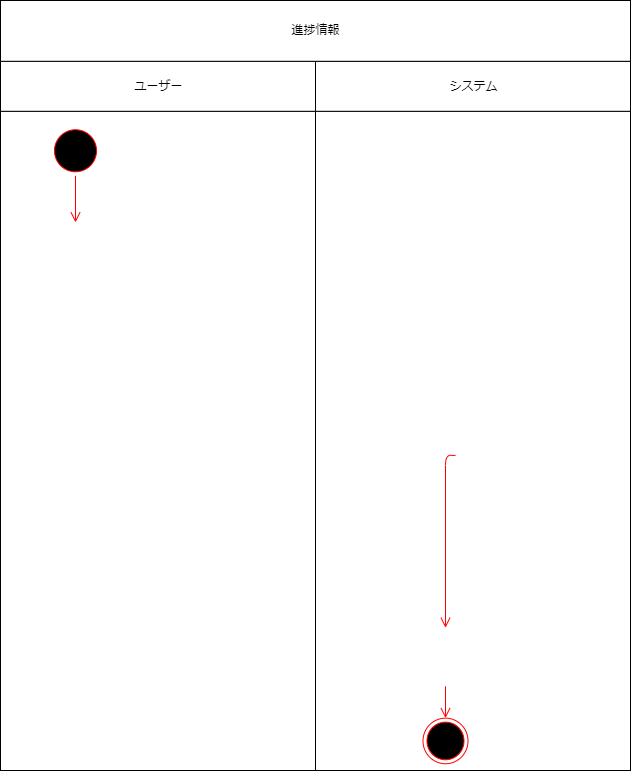
Before: 振る舞い図/アクティビティ図/アクティビティ図＿進捗情報.drawio.png, a diagram exported from draw.io (masaki1234567/psp4). Source tidied: cells renumbered, new cells last; positions are measured from the earlier drawing's top-left corner, leaving out a move shared by most shapes.
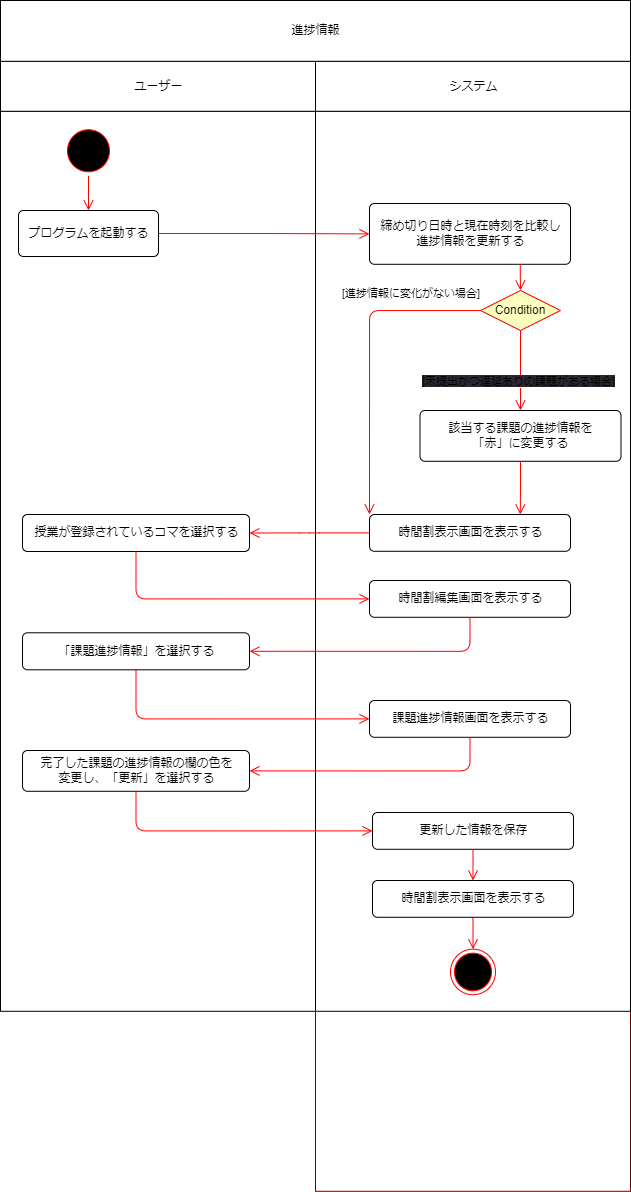
After the change.

Commit message:
進捗情報アクティビティ図完成

Change to the diagram source:
```diff
@@ -3,54 +3,121 @@
     <mxCell id="0" />
     <mxCell id="1" parent="0" />
     <mxCell id="2" style="group;" parent="1" vertex="1">
-      <mxGeometry width="630" height="770" as="geometry" />
+      <mxGeometry width="630" height="1190.8" as="geometry" />
     </mxCell>
     <mxCell id="3" style="group;" parent="2" vertex="1">
-      <mxGeometry y="60.8" width="630" height="709.2" as="geometry" />
+      <mxGeometry y="60.8" width="630" height="1130" as="geometry" />
     </mxCell>
     <mxCell id="4" style="group;" parent="3" vertex="1">
-      <mxGeometry width="315" height="709.2" as="geometry" />
+      <mxGeometry width="321" height="1130" as="geometry" />
     </mxCell>
     <mxCell id="5" style="html=1;dashed=0;whitespace=wrap;" parent="4" vertex="1">
-      <mxGeometry y="50" width="315" height="659.2" as="geometry" />
+      <mxGeometry y="50" width="315" height="900" as="geometry" />
     </mxCell>
     <mxCell id="6" value="ユーザー" style="html=1;dashed=0;whitespace=wrap;" parent="4" vertex="1">
       <mxGeometry width="315" height="50" as="geometry" />
     </mxCell>
     <mxCell id="7" style="group;" parent="4" vertex="1">
-      <mxGeometry x="50" y="75.2" width="50" height="128.9" as="geometry" />
+      <mxGeometry x="63" y="75.2" width="95" height="144" as="geometry" />
     </mxCell>
     <mxCell id="8" style="ellipse;html=1;shape=startState;fillColor=#000000;strokeColor=#ff0000;" parent="7" vertex="1">
       <mxGeometry y="-10.7" width="50" height="50" as="geometry" />
     </mxCell>
+    <mxCell id="17" value="プログラムを起動する" style="html=1;align=center;verticalAlign=middle;rounded=1;absoluteArcSize=1;arcSize=10;dashed=0;" parent="7" vertex="1">
+      <mxGeometry x="-45" y="74" width="140" height="46" as="geometry" />
+    </mxCell>
-    <mxCell id="9" style="edgeStyle=orthogonalEdgeStyle;html=1;verticalAlign=bottom;endArrow=open;endSize=8;strokeColor=#ff0000;entryX=0.25;entryY=0;entryDx=0;entryDy=0;" parent="4" edge="1" source="8">
-      <mxGeometry relative="1" as="geometry">
-        <mxPoint x="75" y="161.2" as="targetPoint" />
-      </mxGeometry>
+    <mxCell id="9" style="edgeStyle=orthogonalEdgeStyle;html=1;verticalAlign=bottom;endArrow=open;endSize=8;strokeColor=#ff0000;entryX=0.5;entryY=0;entryDx=0;entryDy=0;" parent="7" edge="1" source="8" target="17">
+      <mxGeometry relative="1" as="geometry" />
     </mxCell>
+    <mxCell id="18" value="授業が登録されているコマを選択する" style="html=1;align=center;verticalAlign=middle;rounded=1;absoluteArcSize=1;arcSize=10;dashed=0;" parent="4" vertex="1">
+      <mxGeometry x="22" y="453.2" width="227" height="37" as="geometry" />
+    </mxCell>
+    <mxCell id="19" value="「課題進捗情報」を選択する" style="html=1;align=center;verticalAlign=middle;rounded=1;absoluteArcSize=1;arcSize=10;dashed=0;" parent="4" vertex="1">
+      <mxGeometry x="22" y="571.5" width="227" height="37" as="geometry" />
+    </mxCell>
+    <mxCell id="20" value="完了した課題の進捗情報の欄の色を&lt;br&gt;変更し、「更新」を選択する" style="html=1;align=center;verticalAlign=middle;rounded=1;absoluteArcSize=1;arcSize=10;dashed=0;" parent="4" vertex="1">
+      <mxGeometry x="22" y="689.2" width="227" height="40.8" as="geometry" />
+    </mxCell>
     <mxCell id="10" style="group;fillColor=none;fontColor=#ffffff;strokeColor=#6F0000;" parent="3" vertex="1">
-      <mxGeometry x="315" width="315" height="709.2" as="geometry" />
+      <mxGeometry x="315" width="315" height="1130" as="geometry" />
     </mxCell>
     <mxCell id="11" style="html=1;dashed=0;whitespace=wrap;" parent="10" vertex="1">
-      <mxGeometry y="50" width="315" height="659.2" as="geometry" />
+      <mxGeometry y="50" width="315" height="900" as="geometry" />
     </mxCell>
     <mxCell id="12" value="システム" style="html=1;dashed=0;whitespace=wrap;" parent="10" vertex="1">
       <mxGeometry width="315" height="50" as="geometry" />
     </mxCell>
-    <mxCell id="13" style="edgeStyle=orthogonalEdgeStyle;html=1;verticalAlign=bottom;endArrow=open;endSize=8;strokeColor=#ff0000;exitX=0.5;exitY=1;exitDx=0;exitDy=0;entryX=0.5;entryY=0;entryDx=0;entryDy=0;" parent="10" edge="1">
-      <mxGeometry relative="1" as="geometry">
-        <mxPoint x="140" y="394.1" as="sourcePoint" />
-        <mxPoint x="130" y="566.6" as="targetPoint" />
-      </mxGeometry>
-    </mxCell>
     <mxCell id="14" style="ellipse;html=1;shape=endState;fillColor=#000000;strokeColor=#ff0000;" parent="10" vertex="1">
-      <mxGeometry x="107.5" y="656.9" width="45" height="45.6" as="geometry" />
+      <mxGeometry x="135" y="887.9" width="45" height="45.6" as="geometry" />
     </mxCell>
-    <mxCell id="15" style="edgeStyle=orthogonalEdgeStyle;html=1;verticalAlign=bottom;endArrow=open;endSize=8;strokeColor=#ff0000;exitX=0.5;exitY=1;exitDx=0;exitDy=0;entryX=0.5;entryY=0;entryDx=0;entryDy=0;" parent="10" edge="1" target="14">
-      <mxGeometry relative="1" as="geometry">
-        <mxPoint x="130" y="625" as="sourcePoint" />
-      </mxGeometry>
+    <mxCell id="15" style="edgeStyle=orthogonalEdgeStyle;html=1;verticalAlign=bottom;endArrow=open;endSize=8;strokeColor=#ff0000;exitX=0.5;exitY=1;exitDx=0;exitDy=0;entryX=0.5;entryY=0;entryDx=0;entryDy=0;" parent="10" edge="1" source="32" target="14">
+      <mxGeometry relative="1" as="geometry" />
     </mxCell>
+    <mxCell id="21" value="締め切り日時と現在時刻を比較し&lt;br&gt;進捗情報を更新する" style="html=1;align=center;verticalAlign=middle;rounded=1;absoluteArcSize=1;arcSize=10;dashed=0;" parent="10" vertex="1">
+      <mxGeometry x="54" y="142.2" width="201" height="60.8" as="geometry" />
+    </mxCell>
+    <mxCell id="22" value="Condition" style="rhombus;whiteSpace=wrap;html=1;fillColor=#ffffc0;strokeColor=#ff0000;flipV=0;" parent="10" vertex="1">
+      <mxGeometry x="165" y="229.2" width="80" height="40" as="geometry" />
+    </mxCell>
+    <mxCell id="23" style="edgeStyle=orthogonalEdgeStyle;html=1;verticalAlign=bottom;endArrow=open;endSize=8;strokeColor=#ff0000;entryX=0.5;entryY=0;entryDx=0;entryDy=0;exitX=0.75;exitY=1;exitDx=0;exitDy=0;" parent="10" edge="1" source="21" target="22">
+      <mxGeometry relative="1" as="geometry" />
+    </mxCell>
+    <mxCell id="24" value="該当する課題の進捗情報を&lt;br&gt;「赤」に変更する" style="html=1;align=center;verticalAlign=middle;rounded=1;absoluteArcSize=1;arcSize=10;dashed=0;" parent="10" vertex="1">
+      <mxGeometry x="104.5" y="349.2" width="201" height="50.8" as="geometry" />
+    </mxCell>
+    <mxCell id="25" value="&lt;span style=&quot;text-align: center; background-color: rgb(42, 37, 47);&quot;&gt;[未提出かつ遅延ありの課題がある場合]&lt;/span&gt;" style="edgeStyle=orthogonalEdgeStyle;html=1;align=left;verticalAlign=bottom;endArrow=open;endSize=8;strokeColor=#ff0000;entryX=0.5;entryY=0;entryDx=0;entryDy=0;" parent="10" edge="1" source="22" target="24">
+      <mxGeometry x="0.5" y="-100" relative="1" as="geometry" />
+    </mxCell>
+    <mxCell id="26" value="時間割表示画面を表示する" style="html=1;align=center;verticalAlign=middle;rounded=1;absoluteArcSize=1;arcSize=10;dashed=0;" parent="10" vertex="1">
+      <mxGeometry x="54" y="453.2" width="201" height="36.8" as="geometry" />
+    </mxCell>
+    <mxCell id="27" value="[進捗情報に変化がない場合]" style="edgeStyle=orthogonalEdgeStyle;html=1;align=left;verticalAlign=top;endArrow=open;endSize=8;strokeColor=#ff0000;entryX=0;entryY=0;entryDx=0;entryDy=0;" parent="10" edge="1" source="22" target="26">
+      <mxGeometry x="-0.3" y="-42" relative="1" as="geometry">
+        <Array as="points">
+          <mxPoint x="54" y="249" />
+        </Array>
+        <mxPoint x="13" y="-30" as="offset" />
+      </mxGeometry>
+    </mxCell>
+    <mxCell id="28" style="edgeStyle=orthogonalEdgeStyle;html=1;verticalAlign=bottom;endArrow=open;endSize=8;strokeColor=#ff0000;entryX=0.75;entryY=0;entryDx=0;entryDy=0;exitX=0.5;exitY=1;exitDx=0;exitDy=0;" parent="10" edge="1" source="24" target="26">
+      <mxGeometry relative="1" as="geometry" />
+    </mxCell>
+    <mxCell id="29" value="時間割編集画面を表示する" style="html=1;align=center;verticalAlign=middle;rounded=1;absoluteArcSize=1;arcSize=10;dashed=0;" parent="10" vertex="1">
+      <mxGeometry x="54" y="519.2" width="201" height="36.8" as="geometry" />
+    </mxCell>
+    <mxCell id="30" value="課題進捗情報画面を表示する" style="html=1;align=center;verticalAlign=middle;rounded=1;absoluteArcSize=1;arcSize=10;dashed=0;" parent="10" vertex="1">
+      <mxGeometry x="54" y="639.2" width="201" height="36.8" as="geometry" />
+    </mxCell>
+    <mxCell id="31" value="更新した情報を保存" style="html=1;align=center;verticalAlign=middle;rounded=1;absoluteArcSize=1;arcSize=10;dashed=0;" parent="10" vertex="1">
+      <mxGeometry x="57" y="751.2" width="201" height="36.8" as="geometry" />
+    </mxCell>
+    <mxCell id="32" value="時間割表示画面を表示する" style="html=1;align=center;verticalAlign=middle;rounded=1;absoluteArcSize=1;arcSize=10;dashed=0;" parent="10" vertex="1">
+      <mxGeometry x="57" y="819.2" width="201" height="36.8" as="geometry" />
+    </mxCell>
+    <mxCell id="33" style="edgeStyle=orthogonalEdgeStyle;html=1;verticalAlign=bottom;endArrow=open;endSize=8;strokeColor=#ff0000;entryX=0.5;entryY=0;entryDx=0;entryDy=0;exitX=0.5;exitY=1;exitDx=0;exitDy=0;" parent="10" edge="1" source="31" target="32">
+      <mxGeometry relative="1" as="geometry" />
+    </mxCell>
+    <mxCell id="34" style="edgeStyle=orthogonalEdgeStyle;html=1;verticalAlign=bottom;endArrow=open;endSize=8;strokeColor=#ff0000;entryX=0;entryY=0.5;entryDx=0;entryDy=0;exitX=1;exitY=0.5;exitDx=0;exitDy=0;" parent="3" edge="1" source="17" target="21">
+      <mxGeometry relative="1" as="geometry" />
+    </mxCell>
+    <mxCell id="35" style="edgeStyle=orthogonalEdgeStyle;html=1;verticalAlign=bottom;endArrow=open;endSize=8;strokeColor=#ff0000;entryX=1;entryY=0.5;entryDx=0;entryDy=0;exitX=0;exitY=0.5;exitDx=0;exitDy=0;" parent="3" edge="1" source="26" target="18">
+      <mxGeometry relative="1" as="geometry" />
+    </mxCell>
+    <mxCell id="36" style="edgeStyle=orthogonalEdgeStyle;html=1;verticalAlign=bottom;endArrow=open;endSize=8;strokeColor=#ff0000;entryX=0;entryY=0.5;entryDx=0;entryDy=0;exitX=0.5;exitY=1;exitDx=0;exitDy=0;" parent="3" edge="1" source="18" target="29">
+      <mxGeometry relative="1" as="geometry" />
+    </mxCell>
+    <mxCell id="37" style="edgeStyle=orthogonalEdgeStyle;html=1;verticalAlign=bottom;endArrow=open;endSize=8;strokeColor=#ff0000;entryX=1;entryY=0.5;entryDx=0;entryDy=0;exitX=0.5;exitY=1;exitDx=0;exitDy=0;" parent="3" edge="1" source="29" target="19">
+      <mxGeometry relative="1" as="geometry" />
+    </mxCell>
+    <mxCell id="38" style="edgeStyle=orthogonalEdgeStyle;html=1;verticalAlign=bottom;endArrow=open;endSize=8;strokeColor=#ff0000;entryX=0;entryY=0.5;entryDx=0;entryDy=0;exitX=0.5;exitY=1;exitDx=0;exitDy=0;" parent="3" edge="1" source="19" target="30">
+      <mxGeometry relative="1" as="geometry" />
+    </mxCell>
+    <mxCell id="39" style="edgeStyle=orthogonalEdgeStyle;html=1;verticalAlign=bottom;endArrow=open;endSize=8;strokeColor=#ff0000;entryX=1;entryY=0.5;entryDx=0;entryDy=0;exitX=0.5;exitY=1;exitDx=0;exitDy=0;" parent="3" edge="1" source="30" target="20">
+      <mxGeometry relative="1" as="geometry" />
+    </mxCell>
+    <mxCell id="40" style="edgeStyle=orthogonalEdgeStyle;html=1;verticalAlign=bottom;endArrow=open;endSize=8;strokeColor=#ff0000;entryX=0;entryY=0.5;entryDx=0;entryDy=0;exitX=0.5;exitY=1;exitDx=0;exitDy=0;" parent="3" edge="1" source="20" target="31">
+      <mxGeometry relative="1" as="geometry" />
+    </mxCell>
     <mxCell id="16" value="進捗情報" style="html=1;dashed=0;whitespace=wrap;" parent="2" vertex="1">
       <mxGeometry width="630" height="60.8" as="geometry" />
     </mxCell>
```
